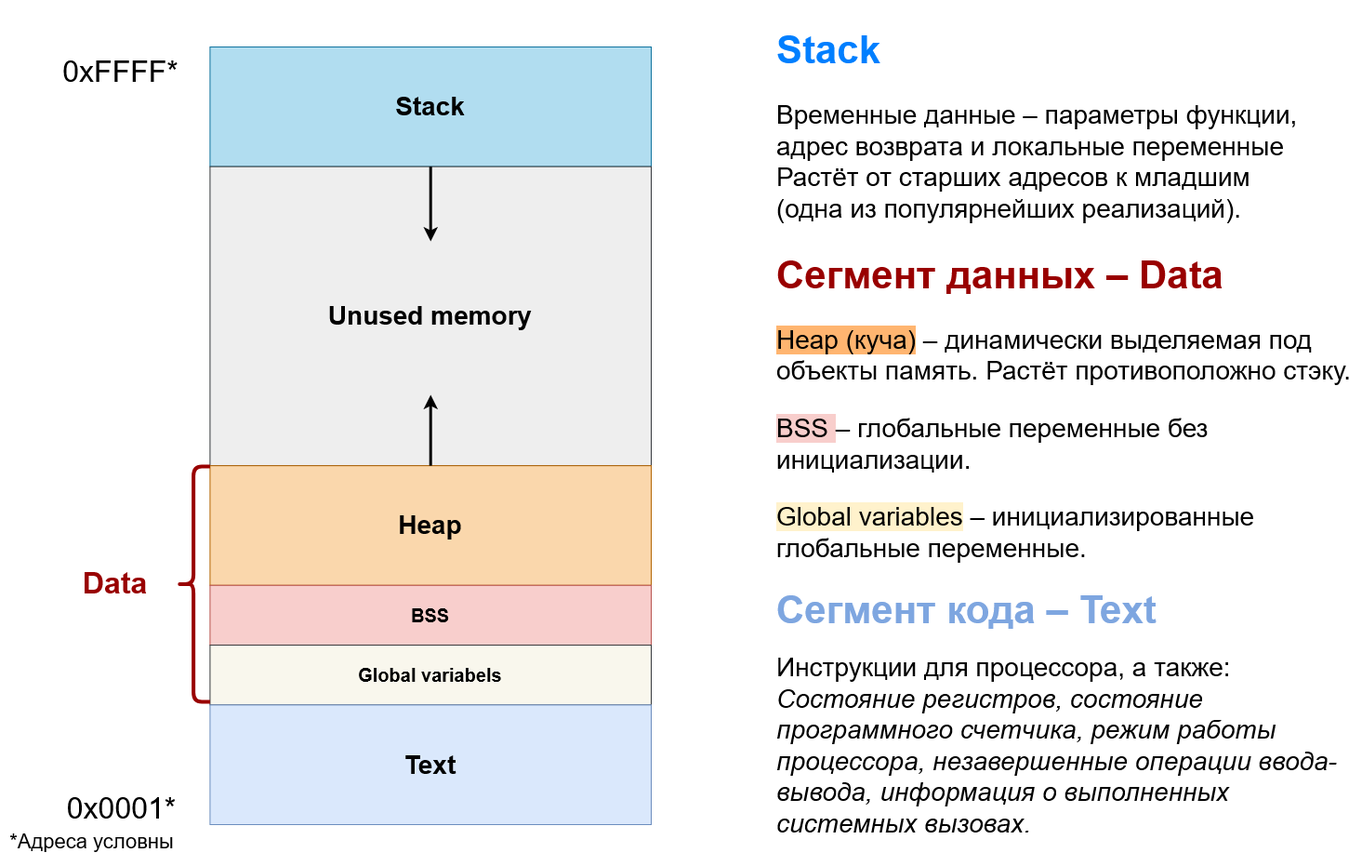
Steindvart/My_study keeps this draw.io diagram as docs/source/OS/img/Process/Proc_Struct_txt.png. Above is the earlier version. Source tidied: cells renumbered, new cells last; positions are measured from the earlier drawing's top-left corner, leaving out a move shared by most shapes.
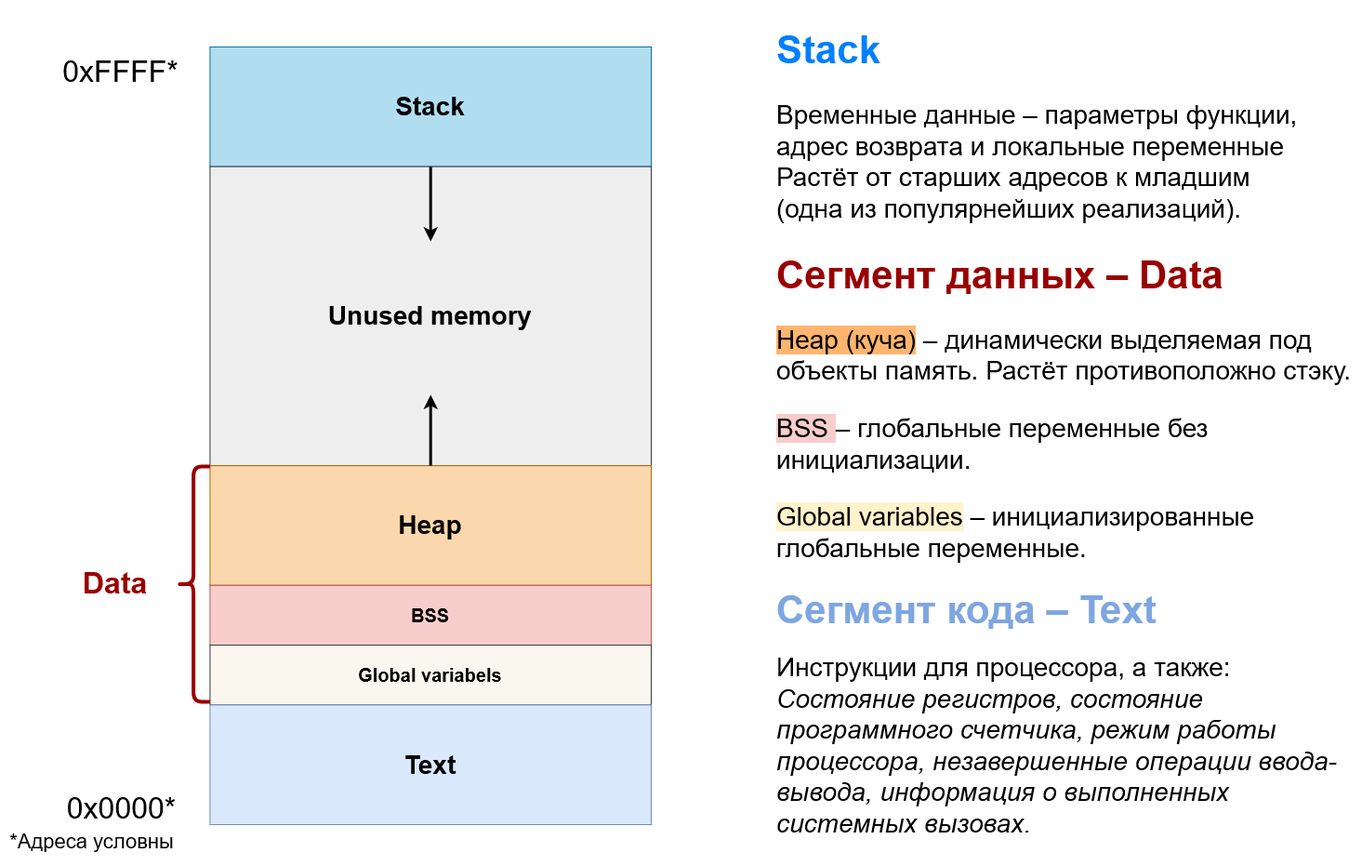
After the change.

Commit message:
Modife Proc_Struct scheme

What changed in the source:
```diff
@@ -60,7 +60,7 @@
     <mxCell id="18" value="&lt;font style=&quot;font-size: 32px&quot;&gt;0xFFFF*&lt;/font&gt;" style="text;html=1;align=center;verticalAlign=middle;" parent="6" vertex="1">
       <mxGeometry x="59.3" y="11" width="140" height="30" as="geometry" />
     </mxCell>
-    <mxCell id="19" value="&lt;font style=&quot;font-size: 32px&quot;&gt;0x0001*&lt;/font&gt;" style="text;html=1;align=center;verticalAlign=middle;" parent="6" vertex="1">
+    <mxCell id="19" value="&lt;font style=&quot;font-size: 32px&quot;&gt;0x0000*&lt;/font&gt;" style="text;html=1;align=center;verticalAlign=middle;" parent="6" vertex="1">
       <mxGeometry x="65.3" y="803" width="130" height="30" as="geometry" />
     </mxCell>
     <mxCell id="20" style="shape=curlyBracket;whiteSpace=wrap;html=1;rounded=1;shadow=0;glass=0;comic=0;strokeWidth=4;fillColor=#FF0000;strokeColor=#990000;fontColor=#ffffff;" parent="6" vertex="1">
```
